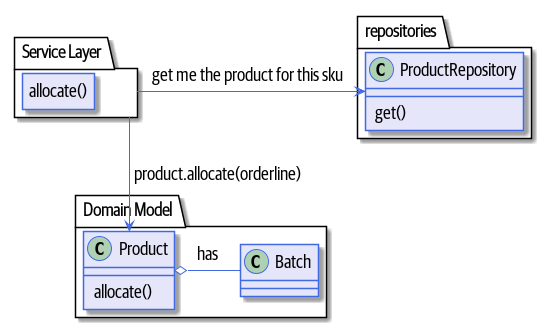
Earlier version of the PlantUML export images/after_aggregates_diagram.png (cosmicpython/book). The source it was exported from:
```plantuml
@startuml
skinparam default {
    FontName Guardian Sans Cond Regular
    FontSize 18
    FontColor Black
}

skinparam class {
    BackgroundColor Lavender
    BorderColor RoyalBlue
}
skinparam package {
    FontName Guardian Sans Cond Light
}

skinparam sequencelifeline {
    BorderColor RoyalBlue
}
skinparam arrow {
    Color RoyalBlue
}
skinparam participant {
    BackgroundColor Lavender
    BorderColor RoyalBlue
}
skinparam entity {
    BackgroundColor Lavender
    BorderColor RoyalBlue
}
skinparam collections {
    BackgroundColor Lavender
    BorderColor RoyalBlue
}
skinparam database {
    BackgroundColor Lavender
    BorderColor RoyalBlue
}
skinparam boundary {
    BackgroundColor Lavender
    BorderColor RoyalBlue
}
skinparam actor {
    Color DeepSkyBlue
    BackgroundColor Lavender
    BorderColor RoyalBlue
}
skinparam sequencegroupheader {
    FontName Guardian Sans Cond Light
}
skinparam padding 4

package "Service Layer" as services {
    class "allocate()" as allocate {
    }
}

hide allocate circle
hide allocate members


package "Domain Model" as domain_model {

  class Product {
    allocate()
  }

  class Batch {
  }
}


package repositories {

  class ProductRepository {
    get()
  }

}

services -> ProductRepository: get me the product for this sku
services --> Product: product.allocate(orderline)
Product o- Batch: has

@enduml
```
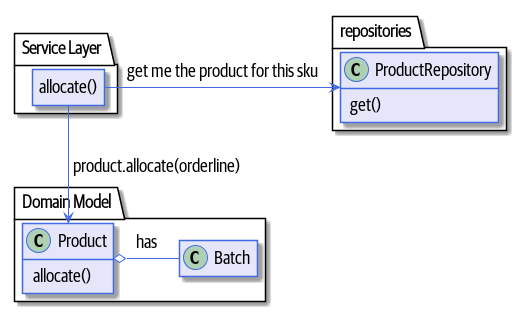
Later version of the same file.

The edit, as a diff of the source:
```diff
@@ -49,6 +49,8 @@
 }
 skinparam padding 4
 
+hide empty members
+
 package "Service Layer" as services {
     class "allocate()" as allocate {
     }
@@ -77,8 +79,8 @@
 
 }
 
-services -> ProductRepository: get me the product for this sku
-services --> Product: product.allocate(orderline)
+allocate -> ProductRepository: get me the product for this sku
+allocate --> Product: product.allocate(orderline)
 Product o- Batch: has
 
 @enduml
```
